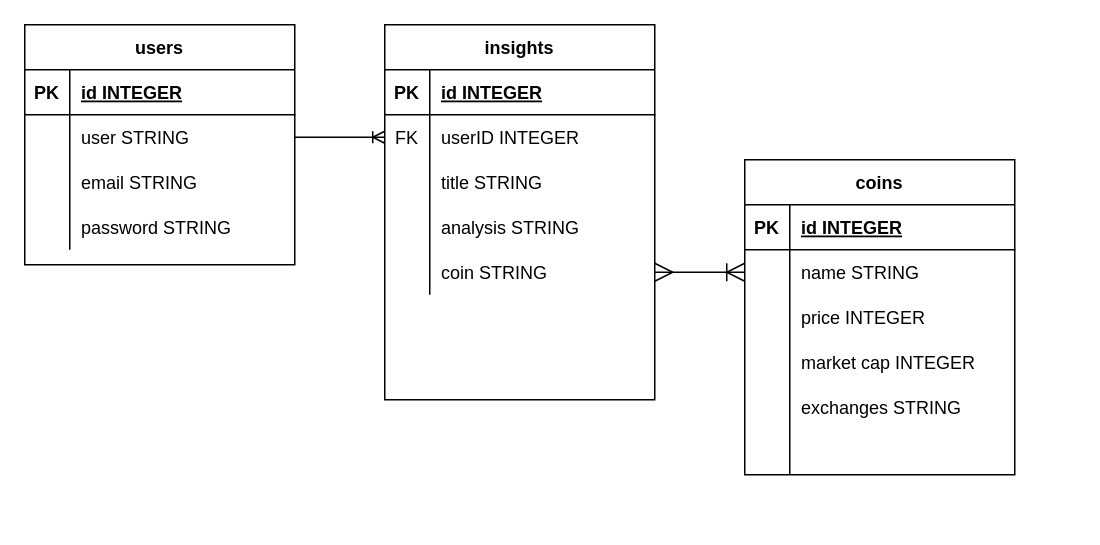
prijacash/project-2-crypto keeps this draw.io diagram as ERD.drawio. Above is the earlier version. Source tidied: cells renumbered, new cells numbered last; positions are measured from the earlier drawing's top-left corner, leaving out a move shared by most shapes. Both pictures are drawn from the tidied source at 150%, with x=0, y=0 at pixel (24, 24).
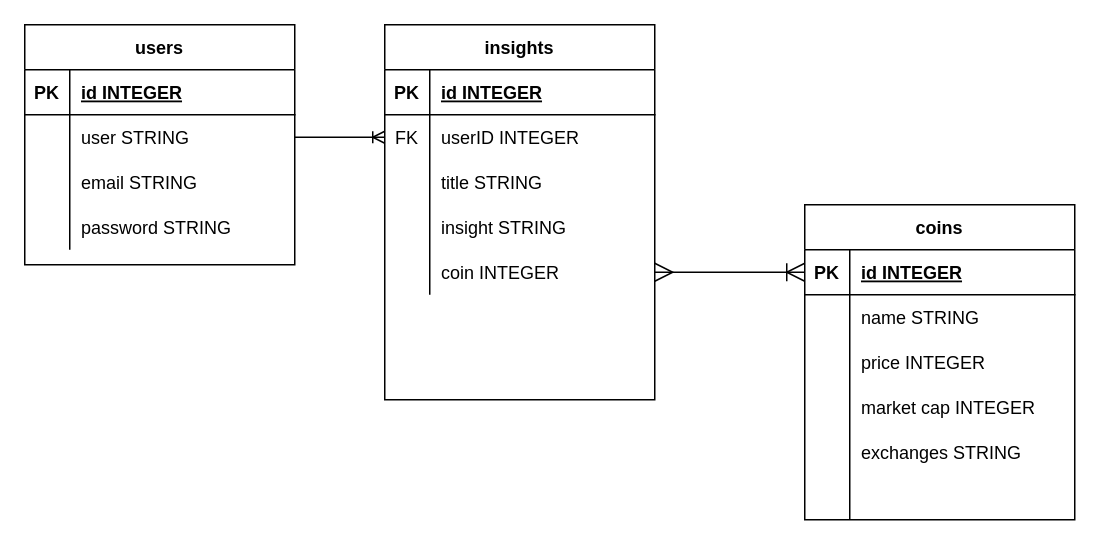
Above is the later version.

The change refers to these unchanged cells:
```xml
<mxCell id="3" style="shape=partialRectangle;fillColor=none;top=0;left=0;bottom=1;right=0;points=[[0,0.5],[1,0.5]];portConstraint=eastwest;" parent="2" vertex="1">
  <mxGeometry y="30" width="180" height="30" as="geometry" />
</mxCell>
<mxCell id="6" style="shape=partialRectangle;fillColor=none;top=0;left=0;bottom=0;right=0;points=[[0,0.5],[1,0.5]];portConstraint=eastwest;" parent="2" vertex="1">
  <mxGeometry y="60" width="180" height="30" as="geometry" />
</mxCell>
<mxCell id="44" style="shape=partialRectangle;fillColor=none;top=0;left=0;bottom=0;right=0;" parent="34" vertex="1">
  <mxGeometry y="120" width="180" height="30" as="geometry" />
</mxCell>
<mxCell id="47" style="shape=partialRectangle;fillColor=none;top=0;left=0;bottom=0;right=0;points=[[0,0.5],[1,0.5]];portConstraint=eastwest;" parent="34" vertex="1">
  <mxGeometry y="150" width="180" height="30" as="geometry" />
</mxCell>
```

Change to the diagram source:
```diff
@@
     <mxCell id="2" value="coins" style="shape=table;startSize=30;childLayout=tableLayout;rowLines=0;fontStyle=1;align=center;" parent="1" vertex="1">
-      <mxGeometry x="480" y="90" width="180" height="210" as="geometry" />
+      <mxGeometry x="520" y="120" width="180" height="210" as="geometry" />
     </mxCell>
@@
-    <mxCell id="46" value="analysis STRING" style="shape=partialRectangle;fillColor=none;top=0;left=0;bottom=0;right=0;align=left;spacingLeft=6;overflow=hidden;" parent="44" vertex="1">
+    <mxCell id="46" value="insight STRING" style="shape=partialRectangle;fillColor=none;top=0;left=0;bottom=0;right=0;align=left;spacingLeft=6;overflow=hidden;" parent="44" vertex="1">
       <mxGeometry x="30" width="150" height="30" as="geometry" />
     </mxCell>
@@
-    <mxCell id="49" value="coin STRING" style="shape=partialRectangle;fillColor=none;top=0;left=0;bottom=0;right=0;align=left;spacingLeft=6;overflow=hidden;" parent="47" vertex="1">
+    <mxCell id="49" value="coin INTEGER" style="shape=partialRectangle;fillColor=none;top=0;left=0;bottom=0;right=0;align=left;spacingLeft=6;overflow=hidden;" parent="47" vertex="1">
       <mxGeometry x="30" width="150" height="30" as="geometry" />
     </mxCell>
-    <mxCell id="50" style="edgeStyle=entityRelationEdgeStyle;fontSize=12;html=1;endArrow=ERoneToMany;entryX=0;entryY=0.5;entryDx=0;entryDy=0;exitX=1;exitY=0.5;exitDx=0;exitDy=0;startArrow=ERmany;startFill=0;endSize=10;startSize=10;" parent="1" edge="1" source="47" target="6">
+    <mxCell id="50" style="edgeStyle=entityRelationEdgeStyle;fontSize=12;html=1;endArrow=ERoneToMany;entryX=0;entryY=0.5;entryDx=0;entryDy=0;exitX=1;exitY=0.5;exitDx=0;exitDy=0;startArrow=ERmany;startFill=0;endSize=10;startSize=10;" parent="1" edge="1" source="47" target="3">
       <mxGeometry relative="1" as="geometry" />
     </mxCell>
```
